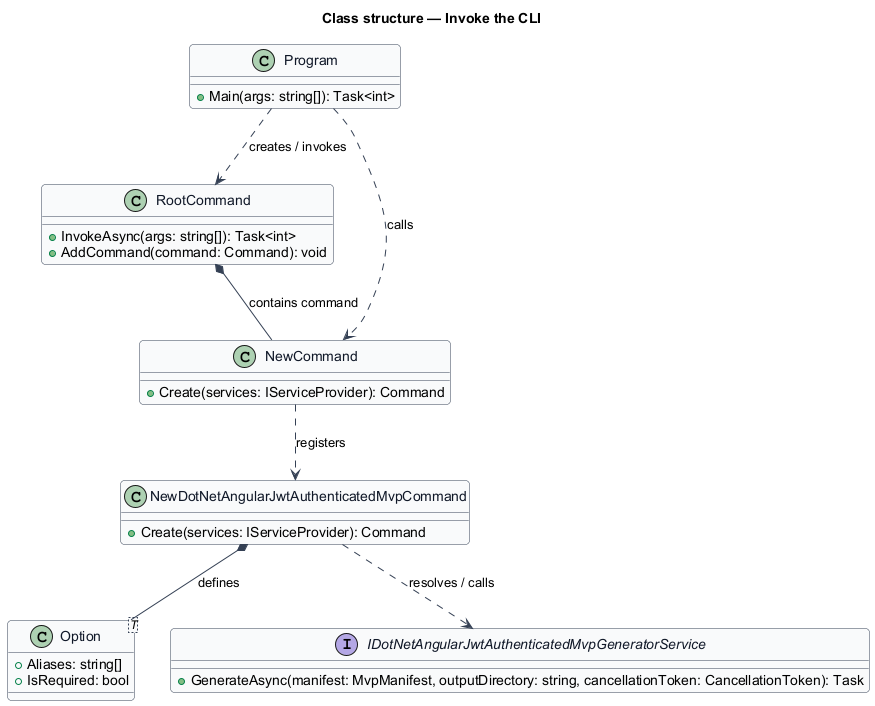
QuinntyneBrown/mvp keeps this PlantUML diagram as docs/detailed-designs/command-line/invoke-the-cli/diagrams/class-structure.png. Above is the earlier version.
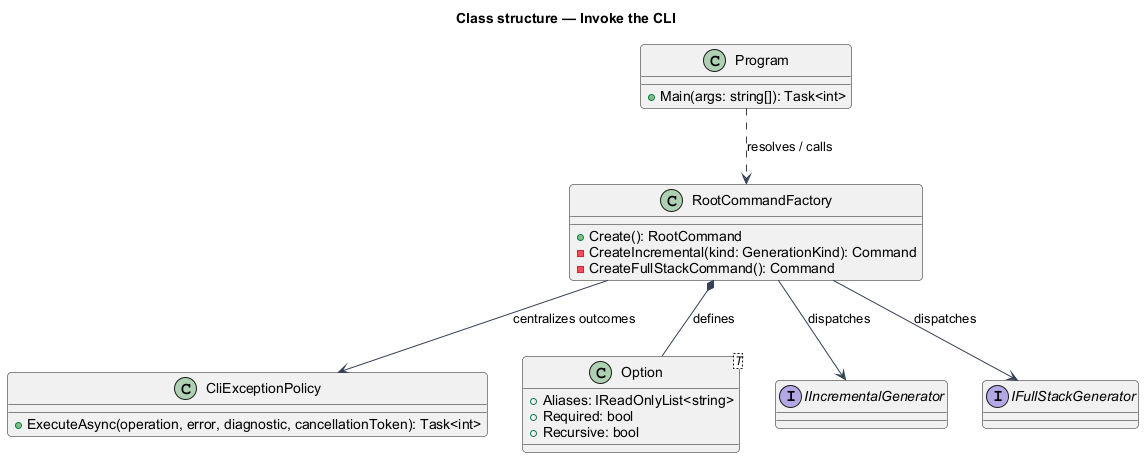
Above is the later version.

What changed in the source:
```diff
@@ -4,38 +4,30 @@
 skinparam roundcorner 8
 skinparam defaultFontName Arial
 skinparam ArrowColor #344054
-skinparam class {
-  BorderColor #344054
-  FontColor #101828
-  BackgroundColor #F9FAFB
-}
 title Class structure — Invoke the CLI
 
 class Program {
   +Main(args: string[]): Task<int>
 }
-class RootCommand {
-  +InvokeAsync(args: string[]): Task<int>
-  +AddCommand(command: Command): void
+class RootCommandFactory {
+  +Create(): RootCommand
+  -CreateIncremental(kind: GenerationKind): Command
+  -CreateFullStackCommand(): Command
 }
-class NewCommand {
-  +Create(services: IServiceProvider): Command
-}
-class NewDotNetAngularJwtAuthenticatedMvpCommand {
-  +Create(services: IServiceProvider): Command
+class CliExceptionPolicy {
+  +ExecuteAsync(operation, error, diagnostic, cancellationToken): Task<int>
 }
 class "Option<T>" as OptionT {
-  +Aliases: string[]
-  +IsRequired: bool
+  +Aliases: IReadOnlyList<string>
+  +Required: bool
+  +Recursive: bool
 }
-interface IDotNetAngularJwtAuthenticatedMvpGeneratorService {
-  +GenerateAsync(manifest: MvpManifest, outputDirectory: string, cancellationToken: CancellationToken): Task
-}
+interface IIncrementalGenerator
+interface IFullStackGenerator
 
-Program ..> RootCommand : creates / invokes
-Program ..> NewCommand : calls
-RootCommand *-- NewCommand : contains command
-NewCommand ..> NewDotNetAngularJwtAuthenticatedMvpCommand : registers
-NewDotNetAngularJwtAuthenticatedMvpCommand *-- OptionT : defines
-NewDotNetAngularJwtAuthenticatedMvpCommand ..> IDotNetAngularJwtAuthenticatedMvpGeneratorService : resolves / calls
+Program ..> RootCommandFactory : resolves / calls
+RootCommandFactory *-- OptionT : defines
+RootCommandFactory --> CliExceptionPolicy : centralizes outcomes
+RootCommandFactory --> IIncrementalGenerator : dispatches
+RootCommandFactory --> IFullStackGenerator : dispatches
 @enduml
```
